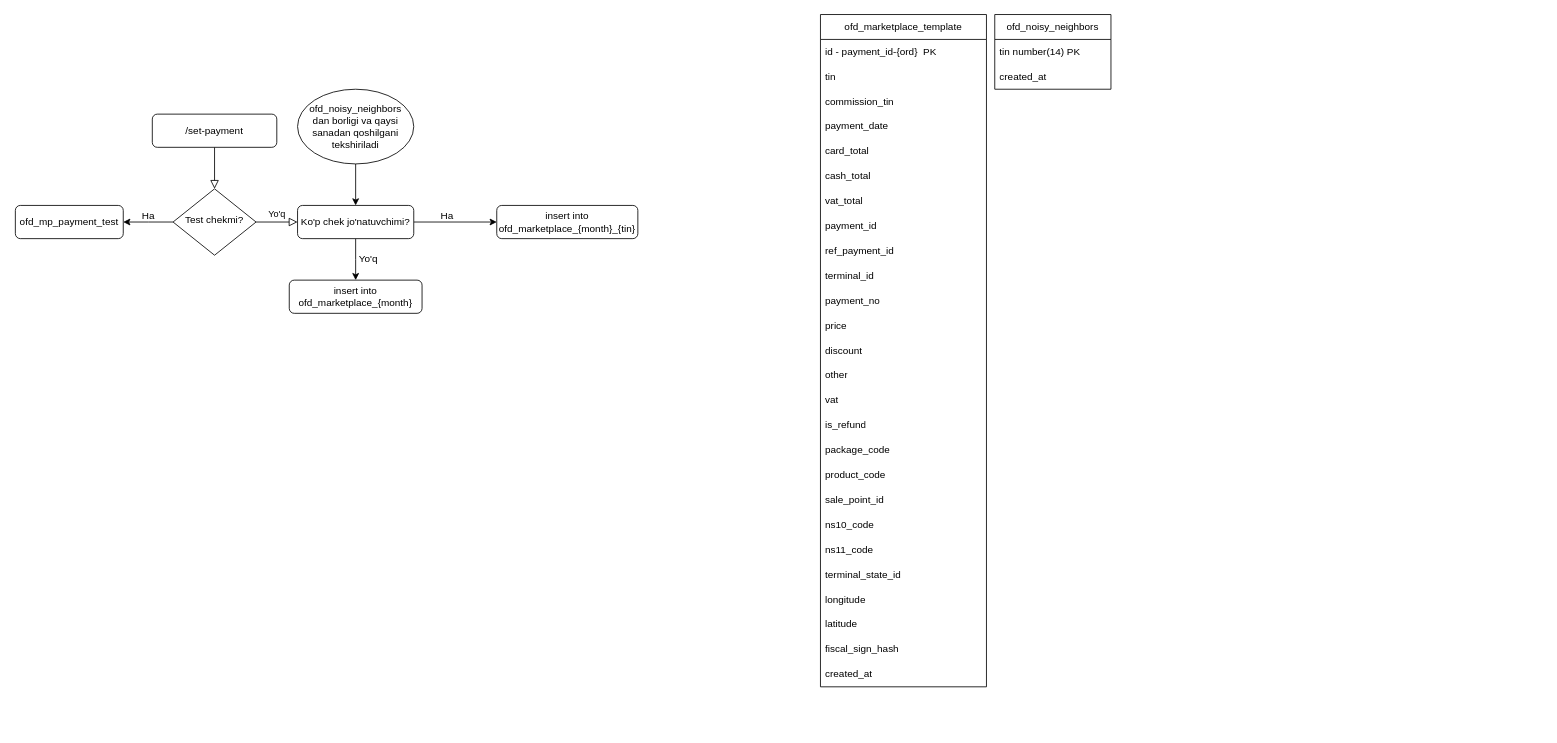
Earlier version of the draw.io diagram ofd.drawio (Akhadjon-Bokijanov/diagrams). Source tidied: cells renumbered, new cells numbered last; positions are measured from the earlier drawing's top-left corner, leaving out a move shared by most shapes. Both pictures are drawn from the tidied source at 83%, with x=0, y=0 at pixel (15, 14).
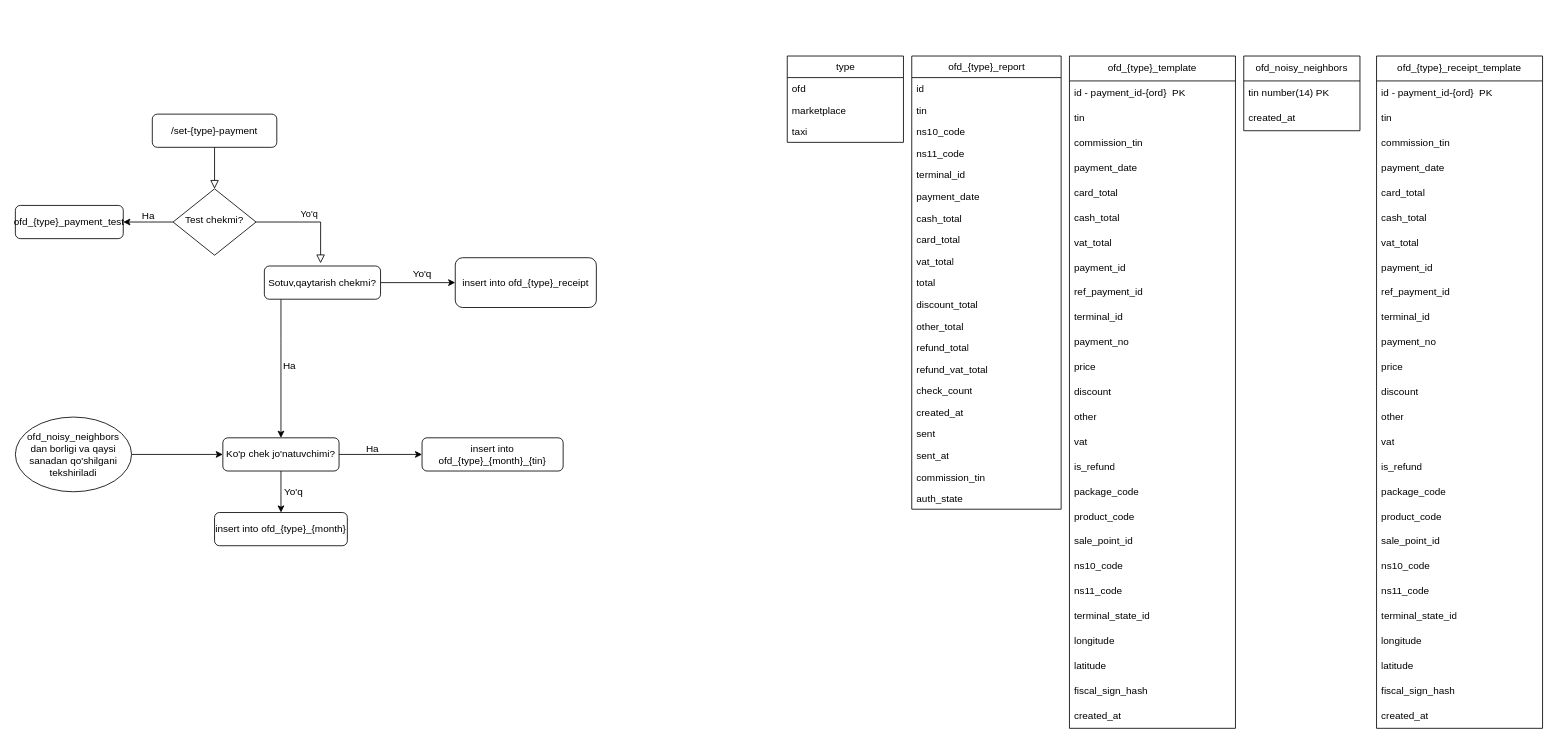
The same diagram, later.

Unchanged cells that the change refers to:
```xml
<mxCell id="6" value="Test chekmi?" style="rhombus;whiteSpace=wrap;html=1;shadow=0;fontFamily=Helvetica;fontSize=12;align=center;strokeWidth=1;spacing=6;spacingTop=-4;" parent="1" vertex="1">
  <mxGeometry x="190" y="210" width="100" height="80" as="geometry" />
</mxCell>
```

Change to the diagram source:
```diff
@@
-    <mxCell id="3" value="/set-payment" style="rounded=1;whiteSpace=wrap;html=1;fontSize=12;glass=0;strokeWidth=1;shadow=0;" parent="1" vertex="1">
+    <mxCell id="3" value="/set-{type}-payment" style="rounded=1;whiteSpace=wrap;html=1;fontSize=12;glass=0;strokeWidth=1;shadow=0;" parent="1" vertex="1">
       <mxGeometry x="165" y="120" width="150" height="40" as="geometry" />
     </mxCell>
-    <mxCell id="4" value="Yo'q" style="edgeStyle=orthogonalEdgeStyle;rounded=0;html=1;jettySize=auto;fontSize=11;endArrow=block;endFill=0;endSize=8;strokeWidth=1;shadow=0;labelBackgroundColor=none;" parent="1" edge="1" source="6" target="9">
+    <mxCell id="4" value="Yo'q" style="edgeStyle=orthogonalEdgeStyle;rounded=0;html=1;jettySize=auto;fontSize=11;endArrow=block;endFill=0;endSize=8;strokeWidth=1;shadow=0;labelBackgroundColor=none;entryX=0.484;entryY=-0.082;entryDx=0;entryDy=0;entryPerimeter=0;" parent="1" edge="1" source="6" target="71">
       <mxGeometry y="10" relative="1" as="geometry" />
     </mxCell>
@@
     <mxCell id="8" style="edgeStyle=orthogonalEdgeStyle;rounded=0;jettySize=auto;html=1;" parent="1" edge="1" source="9">
       <mxGeometry relative="1" as="geometry">
-        <mxPoint x="410" y="320" as="targetPoint" />
+        <mxPoint x="320" y="600" as="targetPoint" />
       </mxGeometry>
     </mxCell>
     <mxCell id="9" value="Ko'p chek jo'natuvchimi?" style="rounded=1;whiteSpace=wrap;html=1;fontSize=12;glass=0;strokeWidth=1;shadow=0;" parent="1" vertex="1">
-      <mxGeometry x="340" y="230" width="140" height="40" as="geometry" />
+      <mxGeometry x="250" y="510" width="140" height="40" as="geometry" />
     </mxCell>
-    <mxCell id="10" value="ofd_mp_payment_test" style="rounded=1;whiteSpace=wrap;html=1;fontSize=12;glass=0;strokeWidth=1;shadow=0;" parent="1" vertex="1">
+    <mxCell id="10" value="ofd_{type}_payment_test" style="rounded=1;whiteSpace=wrap;html=1;fontSize=12;glass=0;strokeWidth=1;shadow=0;" parent="1" vertex="1">
       <mxGeometry y="230" width="130" height="40" as="geometry" />
     </mxCell>
@@
-    <mxCell id="12" value="insert into ofd_marketplace_{month}_{tin}" style="whiteSpace=wrap;html=1;rounded=1;glass=0;strokeWidth=1;shadow=0;" parent="1" vertex="1">
-      <mxGeometry x="580" y="230" width="170" height="40" as="geometry" />
+    <mxCell id="12" value="insert into ofd_{type}_{month}_{tin}" style="whiteSpace=wrap;html=1;rounded=1;glass=0;strokeWidth=1;shadow=0;" parent="1" vertex="1">
+      <mxGeometry x="490" y="510" width="170" height="40" as="geometry" />
     </mxCell>
     <mxCell id="13" value="Ha" style="text;html=1;align=center;verticalAlign=middle;strokeColor=none;fillColor=none;" parent="1" vertex="1">
-      <mxGeometry x="500" y="228" width="40" height="30" as="geometry" />
+      <mxGeometry x="410" y="508" width="40" height="30" as="geometry" />
     </mxCell>
     <mxCell id="14" value="Yo'q" style="text;html=1;align=center;verticalAlign=middle;strokeColor=none;fillColor=none;" parent="1" vertex="1">
-      <mxGeometry x="400" y="280" width="50" height="30" as="geometry" />
+      <mxGeometry x="310" y="560" width="50" height="30" as="geometry" />
     </mxCell>
-    <mxCell id="15" value="insert into ofd_marketplace_{month}" style="whiteSpace=wrap;html=1;rounded=1;glass=0;strokeWidth=1;shadow=0;" parent="1" vertex="1">
-      <mxGeometry x="330" y="320" width="160" height="40" as="geometry" />
+    <mxCell id="15" value="insert into ofd_{type}_{month}" style="whiteSpace=wrap;html=1;rounded=1;glass=0;strokeWidth=1;shadow=0;" parent="1" vertex="1">
+      <mxGeometry x="240" y="600" width="160" height="40" as="geometry" />
     </mxCell>
-    <mxCell id="16" value="ofd_marketplace_template" style="swimlane;fontStyle=0;horizontal=1;startSize=30;whiteSpace=wrap;html=1;" parent="1" vertex="1">
-      <mxGeometry x="970" width="200" height="810" as="geometry" />
+    <mxCell id="16" value="ofd_{type}_template" style="swimlane;fontStyle=0;horizontal=1;startSize=30;whiteSpace=wrap;html=1;" parent="1" vertex="1">
+      <mxGeometry x="1270" y="50" width="200" height="810" as="geometry" />
     </mxCell>
@@
     <mxCell id="43" value="ofd_noisy_neighbors" style="swimlane;fontStyle=0;horizontal=1;startSize=30;whiteSpace=wrap;html=1;" parent="1" vertex="1">
-      <mxGeometry x="1180" width="140" height="90" as="geometry" />
+      <mxGeometry x="1480" y="50" width="140" height="90" as="geometry" />
     </mxCell>
@@
-    <mxCell id="46" style="edgeStyle=orthogonalEdgeStyle;rounded=0;jettySize=auto;html=1;entryX=0.5;entryY=0;entryDx=0;entryDy=0;" parent="1" edge="1" source="47" target="9">
+    <mxCell id="46" style="edgeStyle=orthogonalEdgeStyle;rounded=0;jettySize=auto;html=1;entryX=0;entryY=0.5;entryDx=0;entryDy=0;" parent="1" edge="1" source="47" target="9">
       <mxGeometry relative="1" as="geometry" />
     </mxCell>
-    <mxCell id="47" value="ofd_noisy_neighbors&lt;div&gt;dan borligi va qaysi sanadan qoshilgani&lt;/div&gt;&lt;div&gt;tekshiriladi&lt;/div&gt;" style="ellipse;whiteSpace=wrap;html=1;" parent="1" vertex="1">
-      <mxGeometry x="340" y="90" width="140" height="90" as="geometry" />
+    <mxCell id="47" value="ofd_noisy_neighbors&lt;div&gt;dan borligi va qaysi sanadan qo'shilgani&lt;/div&gt;&lt;div&gt;tekshiriladi&lt;/div&gt;" style="ellipse;whiteSpace=wrap;html=1;" parent="1" vertex="1">
+      <mxGeometry y="485" width="140" height="90" as="geometry" />
     </mxCell>
+    <mxCell id="48" value="ofd_{type}_report" style="swimlane;fontStyle=0;horizontal=1;startSize=26;fillColor=none;html=1;" parent="1" vertex="1">
+      <mxGeometry x="1080" y="50" width="180" height="546" as="geometry" />
+    </mxCell>
+    <mxCell id="49" value="id" style="text;strokeColor=none;fillColor=none;align=left;verticalAlign=top;spacingLeft=4;spacingRight=4;overflow=hidden;whiteSpace=wrap;html=1;" parent="48" vertex="1">
+      <mxGeometry y="26" width="180" height="26" as="geometry" />
+    </mxCell>
+    <mxCell id="50" value="tin" style="text;strokeColor=none;fillColor=none;align=left;verticalAlign=top;spacingLeft=4;spacingRight=4;overflow=hidden;whiteSpace=wrap;html=1;" parent="48" vertex="1">
+      <mxGeometry y="52" width="180" height="26" as="geometry" />
+    </mxCell>
+    <mxCell id="51" value="ns10_code" style="text;strokeColor=none;fillColor=none;align=left;verticalAlign=top;spacingLeft=4;spacingRight=4;overflow=hidden;whiteSpace=wrap;html=1;" parent="48" vertex="1">
+      <mxGeometry y="78" width="180" height="26" as="geometry" />
+    </mxCell>
+    <mxCell id="52" value="ns11_code" style="text;strokeColor=none;fillColor=none;align=left;verticalAlign=top;spacingLeft=4;spacingRight=4;overflow=hidden;whiteSpace=wrap;html=1;" parent="48" vertex="1">
+      <mxGeometry y="104" width="180" height="26" as="geometry" />
+    </mxCell>
+    <mxCell id="53" value="terminal_id" style="text;strokeColor=none;fillColor=none;align=left;verticalAlign=top;spacingLeft=4;spacingRight=4;overflow=hidden;whiteSpace=wrap;html=1;" parent="48" vertex="1">
+      <mxGeometry y="130" width="180" height="26" as="geometry" />
+    </mxCell>
+    <mxCell id="54" value="payment_date" style="text;strokeColor=none;fillColor=none;align=left;verticalAlign=top;spacingLeft=4;spacingRight=4;overflow=hidden;whiteSpace=wrap;html=1;" parent="48" vertex="1">
+      <mxGeometry y="156" width="180" height="26" as="geometry" />
+    </mxCell>
+    <mxCell id="55" value="cash_total" style="text;strokeColor=none;fillColor=none;align=left;verticalAlign=top;spacingLeft=4;spacingRight=4;overflow=hidden;whiteSpace=wrap;html=1;" parent="48" vertex="1">
+      <mxGeometry y="182" width="180" height="26" as="geometry" />
+    </mxCell>
+    <mxCell id="56" value="card_total" style="text;strokeColor=none;fillColor=none;align=left;verticalAlign=top;spacingLeft=4;spacingRight=4;overflow=hidden;whiteSpace=wrap;html=1;" parent="48" vertex="1">
+      <mxGeometry y="208" width="180" height="26" as="geometry" />
+    </mxCell>
+    <mxCell id="57" value="vat_total" style="text;strokeColor=none;fillColor=none;align=left;verticalAlign=top;spacingLeft=4;spacingRight=4;overflow=hidden;whiteSpace=wrap;html=1;" parent="48" vertex="1">
+      <mxGeometry y="234" width="180" height="26" as="geometry" />
+    </mxCell>
+    <mxCell id="58" value="total" style="text;strokeColor=none;fillColor=none;align=left;verticalAlign=top;spacingLeft=4;spacingRight=4;overflow=hidden;whiteSpace=wrap;html=1;" parent="48" vertex="1">
+      <mxGeometry y="260" width="180" height="26" as="geometry" />
+    </mxCell>
+    <mxCell id="59" value="discount_total" style="text;strokeColor=none;fillColor=none;align=left;verticalAlign=top;spacingLeft=4;spacingRight=4;overflow=hidden;whiteSpace=wrap;html=1;" parent="48" vertex="1">
+      <mxGeometry y="286" width="180" height="26" as="geometry" />
+    </mxCell>
+    <mxCell id="60" value="other_total" style="text;strokeColor=none;fillColor=none;align=left;verticalAlign=top;spacingLeft=4;spacingRight=4;overflow=hidden;whiteSpace=wrap;html=1;" parent="48" vertex="1">
+      <mxGeometry y="312" width="180" height="26" as="geometry" />
+    </mxCell>
+    <mxCell id="61" value="refund_total" style="text;strokeColor=none;fillColor=none;align=left;verticalAlign=top;spacingLeft=4;spacingRight=4;overflow=hidden;whiteSpace=wrap;html=1;" parent="48" vertex="1">
+      <mxGeometry y="338" width="180" height="26" as="geometry" />
+    </mxCell>
+    <mxCell id="62" value="refund_vat_total" style="text;strokeColor=none;fillColor=none;align=left;verticalAlign=top;spacingLeft=4;spacingRight=4;overflow=hidden;whiteSpace=wrap;html=1;" parent="48" vertex="1">
+      <mxGeometry y="364" width="180" height="26" as="geometry" />
+    </mxCell>
+    <mxCell id="63" value="check_count" style="text;strokeColor=none;fillColor=none;align=left;verticalAlign=top;spacingLeft=4;spacingRight=4;overflow=hidden;whiteSpace=wrap;html=1;" parent="48" vertex="1">
+      <mxGeometry y="390" width="180" height="26" as="geometry" />
+    </mxCell>
+    <mxCell id="64" value="created_at" style="text;strokeColor=none;fillColor=none;align=left;verticalAlign=top;spacingLeft=4;spacingRight=4;overflow=hidden;whiteSpace=wrap;html=1;" parent="48" vertex="1">
+      <mxGeometry y="416" width="180" height="26" as="geometry" />
+    </mxCell>
+    <mxCell id="65" value="sent" style="text;strokeColor=none;fillColor=none;align=left;verticalAlign=top;spacingLeft=4;spacingRight=4;overflow=hidden;whiteSpace=wrap;html=1;" parent="48" vertex="1">
+      <mxGeometry y="442" width="180" height="26" as="geometry" />
+    </mxCell>
+    <mxCell id="66" value="sent_at" style="text;strokeColor=none;fillColor=none;align=left;verticalAlign=top;spacingLeft=4;spacingRight=4;overflow=hidden;whiteSpace=wrap;html=1;" parent="48" vertex="1">
+      <mxGeometry y="468" width="180" height="26" as="geometry" />
+    </mxCell>
+    <mxCell id="67" value="commission_tin" style="text;strokeColor=none;fillColor=none;align=left;verticalAlign=top;spacingLeft=4;spacingRight=4;overflow=hidden;whiteSpace=wrap;html=1;" parent="48" vertex="1">
+      <mxGeometry y="494" width="180" height="26" as="geometry" />
+    </mxCell>
+    <mxCell id="68" value="auth_state" style="text;strokeColor=none;fillColor=none;align=left;verticalAlign=top;spacingLeft=4;spacingRight=4;overflow=hidden;whiteSpace=wrap;html=1;" parent="48" vertex="1">
+      <mxGeometry y="520" width="180" height="26" as="geometry" />
+    </mxCell>
+    <mxCell id="69" style="edgeStyle=orthogonalEdgeStyle;rounded=0;jettySize=auto;html=1;" parent="1" edge="1" source="71" target="9">
+      <mxGeometry relative="1" as="geometry">
+        <Array as="points">
+          <mxPoint x="320" y="390" />
+          <mxPoint x="320" y="390" />
+        </Array>
+      </mxGeometry>
+    </mxCell>
+    <mxCell id="70" style="edgeStyle=orthogonalEdgeStyle;rounded=0;jettySize=auto;html=1;" parent="1" edge="1" source="71" target="73">
+      <mxGeometry relative="1" as="geometry" />
+    </mxCell>
+    <mxCell id="71" value="Sotuv,qaytarish chekmi?" style="rounded=1;whiteSpace=wrap;html=1;fontSize=12;glass=0;strokeWidth=1;shadow=0;" parent="1" vertex="1">
+      <mxGeometry x="300" y="303" width="140" height="40" as="geometry" />
+    </mxCell>
+    <mxCell id="72" value="Ha" style="text;html=1;align=center;verticalAlign=middle;strokeColor=none;fillColor=none;" parent="1" vertex="1">
+      <mxGeometry x="310" y="408" width="40" height="30" as="geometry" />
+    </mxCell>
+    <mxCell id="73" value="insert into ofd_{type}_receipt" style="rounded=1;whiteSpace=wrap;html=1;glass=0;strokeWidth=1;shadow=0;" parent="1" vertex="1">
+      <mxGeometry x="530" y="293" width="170" height="60" as="geometry" />
+    </mxCell>
+    <mxCell id="74" value="ofd_{type}_receipt_template" style="swimlane;fontStyle=0;horizontal=1;startSize=30;whiteSpace=wrap;html=1;" parent="1" vertex="1">
+      <mxGeometry x="1640" y="50" width="200" height="810" as="geometry" />
+    </mxCell>
+    <mxCell id="75" value="id - payment_id-{ord}&amp;nbsp; PK" style="text;strokeColor=none;fillColor=none;align=left;verticalAlign=middle;spacingLeft=4;spacingRight=4;overflow=hidden;whiteSpace=wrap;html=1;" parent="74" vertex="1">
+      <mxGeometry y="30" width="200" height="30" as="geometry" />
+    </mxCell>
+    <mxCell id="76" value="tin" style="text;strokeColor=none;fillColor=none;align=left;verticalAlign=middle;spacingLeft=4;spacingRight=4;overflow=hidden;whiteSpace=wrap;html=1;" parent="74" vertex="1">
+      <mxGeometry y="60" width="200" height="30" as="geometry" />
+    </mxCell>
+    <mxCell id="77" value="commission_tin" style="text;strokeColor=none;fillColor=none;align=left;verticalAlign=middle;spacingLeft=4;spacingRight=4;overflow=hidden;whiteSpace=wrap;html=1;" parent="74" vertex="1">
+      <mxGeometry y="90" width="200" height="30" as="geometry" />
+    </mxCell>
+    <mxCell id="78" value="payment_date" style="text;strokeColor=none;fillColor=none;align=left;verticalAlign=middle;spacingLeft=4;spacingRight=4;overflow=hidden;whiteSpace=wrap;html=1;" parent="74" vertex="1">
+      <mxGeometry y="120" width="200" height="30" as="geometry" />
+    </mxCell>
+    <mxCell id="79" value="card_total" style="text;strokeColor=none;fillColor=none;align=left;verticalAlign=middle;spacingLeft=4;spacingRight=4;overflow=hidden;whiteSpace=wrap;html=1;" parent="74" vertex="1">
+      <mxGeometry y="150" width="200" height="30" as="geometry" />
+    </mxCell>
+    <mxCell id="80" value="cash_total" style="text;strokeColor=none;fillColor=none;align=left;verticalAlign=middle;spacingLeft=4;spacingRight=4;overflow=hidden;whiteSpace=wrap;html=1;" parent="74" vertex="1">
+      <mxGeometry y="180" width="200" height="30" as="geometry" />
+    </mxCell>
+    <mxCell id="81" value="vat_total" style="text;strokeColor=none;fillColor=none;align=left;verticalAlign=middle;spacingLeft=4;spacingRight=4;overflow=hidden;whiteSpace=wrap;html=1;" parent="74" vertex="1">
+      <mxGeometry y="210" width="200" height="30" as="geometry" />
+    </mxCell>
+    <mxCell id="82" value="payment_id" style="text;strokeColor=none;fillColor=none;align=left;verticalAlign=middle;spacingLeft=4;spacingRight=4;overflow=hidden;whiteSpace=wrap;html=1;" parent="74" vertex="1">
+      <mxGeometry y="240" width="200" height="30" as="geometry" />
+    </mxCell>
+    <mxCell id="83" value="ref_payment_id" style="text;strokeColor=none;fillColor=none;align=left;verticalAlign=middle;spacingLeft=4;spacingRight=4;overflow=hidden;whiteSpace=wrap;html=1;" parent="74" vertex="1">
+      <mxGeometry y="270" width="200" height="30" as="geometry" />
+    </mxCell>
+    <mxCell id="84" value="terminal_id" style="text;strokeColor=none;fillColor=none;align=left;verticalAlign=middle;spacingLeft=4;spacingRight=4;overflow=hidden;whiteSpace=wrap;html=1;" parent="74" vertex="1">
+      <mxGeometry y="300" width="200" height="30" as="geometry" />
+    </mxCell>
+    <mxCell id="85" value="payment_no" style="text;strokeColor=none;fillColor=none;align=left;verticalAlign=middle;spacingLeft=4;spacingRight=4;overflow=hidden;whiteSpace=wrap;html=1;" parent="74" vertex="1">
+      <mxGeometry y="330" width="200" height="30" as="geometry" />
+    </mxCell>
+    <mxCell id="86" value="price" style="text;strokeColor=none;fillColor=none;align=left;verticalAlign=middle;spacingLeft=4;spacingRight=4;overflow=hidden;whiteSpace=wrap;html=1;" parent="74" vertex="1">
+      <mxGeometry y="360" width="200" height="30" as="geometry" />
+    </mxCell>
+    <mxCell id="87" value="discount" style="text;strokeColor=none;fillColor=none;align=left;verticalAlign=middle;spacingLeft=4;spacingRight=4;overflow=hidden;whiteSpace=wrap;html=1;" parent="74" vertex="1">
+      <mxGeometry y="390" width="200" height="30" as="geometry" />
+    </mxCell>
+    <mxCell id="88" value="other" style="text;strokeColor=none;fillColor=none;align=left;verticalAlign=middle;spacingLeft=4;spacingRight=4;overflow=hidden;whiteSpace=wrap;html=1;" parent="74" vertex="1">
+      <mxGeometry y="420" width="200" height="30" as="geometry" />
+    </mxCell>
+    <mxCell id="89" value="vat" style="text;strokeColor=none;fillColor=none;align=left;verticalAlign=middle;spacingLeft=4;spacingRight=4;overflow=hidden;whiteSpace=wrap;html=1;" parent="74" vertex="1">
+      <mxGeometry y="450" width="200" height="30" as="geometry" />
+    </mxCell>
+    <mxCell id="90" value="is_refund" style="text;strokeColor=none;fillColor=none;align=left;verticalAlign=middle;spacingLeft=4;spacingRight=4;overflow=hidden;whiteSpace=wrap;html=1;" parent="74" vertex="1">
+      <mxGeometry y="480" width="200" height="30" as="geometry" />
+    </mxCell>
+    <mxCell id="91" value="package_code" style="text;strokeColor=none;fillColor=none;align=left;verticalAlign=middle;spacingLeft=4;spacingRight=4;overflow=hidden;whiteSpace=wrap;html=1;" parent="74" vertex="1">
+      <mxGeometry y="510" width="200" height="30" as="geometry" />
+    </mxCell>
+    <mxCell id="92" value="product_code" style="text;strokeColor=none;fillColor=none;align=left;verticalAlign=middle;spacingLeft=4;spacingRight=4;overflow=hidden;whiteSpace=wrap;html=1;" parent="74" vertex="1">
+      <mxGeometry y="540" width="200" height="30" as="geometry" />
+    </mxCell>
+    <mxCell id="93" value="sale_point_id" style="text;strokeColor=none;fillColor=none;align=left;verticalAlign=middle;spacingLeft=4;spacingRight=4;overflow=hidden;whiteSpace=wrap;html=1;" parent="74" vertex="1">
+      <mxGeometry y="570" width="200" height="30" as="geometry" />
+    </mxCell>
+    <mxCell id="94" value="ns10_code" style="text;strokeColor=none;fillColor=none;align=left;verticalAlign=middle;spacingLeft=4;spacingRight=4;overflow=hidden;whiteSpace=wrap;html=1;" parent="74" vertex="1">
+      <mxGeometry y="600" width="200" height="30" as="geometry" />
+    </mxCell>
+    <mxCell id="95" value="ns11_code" style="text;strokeColor=none;fillColor=none;align=left;verticalAlign=middle;spacingLeft=4;spacingRight=4;overflow=hidden;whiteSpace=wrap;html=1;" parent="74" vertex="1">
+      <mxGeometry y="630" width="200" height="30" as="geometry" />
+    </mxCell>
+    <mxCell id="96" value="terminal_state_id" style="text;strokeColor=none;fillColor=none;align=left;verticalAlign=middle;spacingLeft=4;spacingRight=4;overflow=hidden;whiteSpace=wrap;html=1;" parent="74" vertex="1">
+      <mxGeometry y="660" width="200" height="30" as="geometry" />
+    </mxCell>
+    <mxCell id="97" value="longitude" style="text;strokeColor=none;fillColor=none;align=left;verticalAlign=middle;spacingLeft=4;spacingRight=4;overflow=hidden;whiteSpace=wrap;html=1;" parent="74" vertex="1">
+      <mxGeometry y="690" width="200" height="30" as="geometry" />
+    </mxCell>
+    <mxCell id="98" value="latitude" style="text;strokeColor=none;fillColor=none;align=left;verticalAlign=middle;spacingLeft=4;spacingRight=4;overflow=hidden;whiteSpace=wrap;html=1;" parent="74" vertex="1">
+      <mxGeometry y="720" width="200" height="30" as="geometry" />
+    </mxCell>
+    <mxCell id="99" value="fiscal_sign_hash" style="text;strokeColor=none;fillColor=none;align=left;verticalAlign=middle;spacingLeft=4;spacingRight=4;overflow=hidden;whiteSpace=wrap;html=1;" parent="74" vertex="1">
+      <mxGeometry y="750" width="200" height="30" as="geometry" />
+    </mxCell>
+    <mxCell id="100" value="created_at" style="text;strokeColor=none;fillColor=none;align=left;verticalAlign=middle;spacingLeft=4;spacingRight=4;overflow=hidden;whiteSpace=wrap;html=1;" parent="74" vertex="1">
+      <mxGeometry y="780" width="200" height="30" as="geometry" />
+    </mxCell>
+    <mxCell id="101" value="type" style="swimlane;fontStyle=0;horizontal=1;startSize=26;fillColor=none;html=1;" parent="1" vertex="1">
+      <mxGeometry x="930" y="50" width="140" height="104" as="geometry" />
+    </mxCell>
+    <mxCell id="102" value="ofd" style="text;strokeColor=none;fillColor=none;align=left;verticalAlign=top;spacingLeft=4;spacingRight=4;overflow=hidden;whiteSpace=wrap;html=1;" parent="101" vertex="1">
+      <mxGeometry y="26" width="140" height="26" as="geometry" />
+    </mxCell>
+    <mxCell id="103" value="marketplace" style="text;strokeColor=none;fillColor=none;align=left;verticalAlign=top;spacingLeft=4;spacingRight=4;overflow=hidden;whiteSpace=wrap;html=1;" parent="101" vertex="1">
+      <mxGeometry y="52" width="140" height="26" as="geometry" />
+    </mxCell>
+    <mxCell id="104" value="taxi" style="text;strokeColor=none;fillColor=none;align=left;verticalAlign=top;spacingLeft=4;spacingRight=4;overflow=hidden;whiteSpace=wrap;html=1;" parent="101" vertex="1">
+      <mxGeometry y="78" width="140" height="26" as="geometry" />
+    </mxCell>
+    <mxCell id="105" value="Yo'q" style="text;html=1;align=center;verticalAlign=middle;strokeColor=none;fillColor=none;" parent="1" vertex="1">
+      <mxGeometry x="465" y="298" width="50" height="30" as="geometry" />
+    </mxCell>
```
